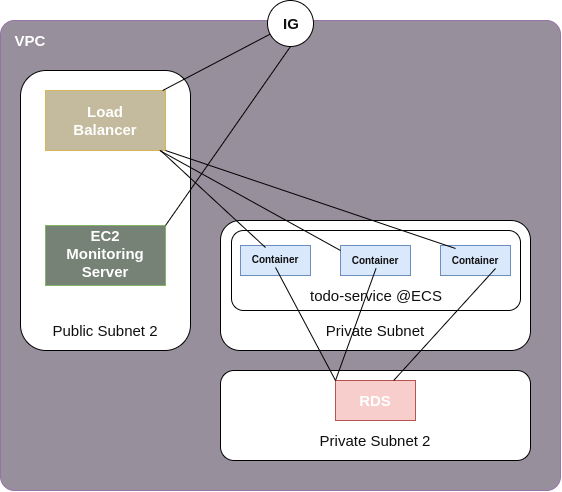
Above: readme-pics/solarch.png in alichamouda/todo-app (draw.io), before the change. Source tidied: cells renumbered, new cells last; positions are measured from the earlier drawing's top-left corner, leaving out a move shared by most shapes.
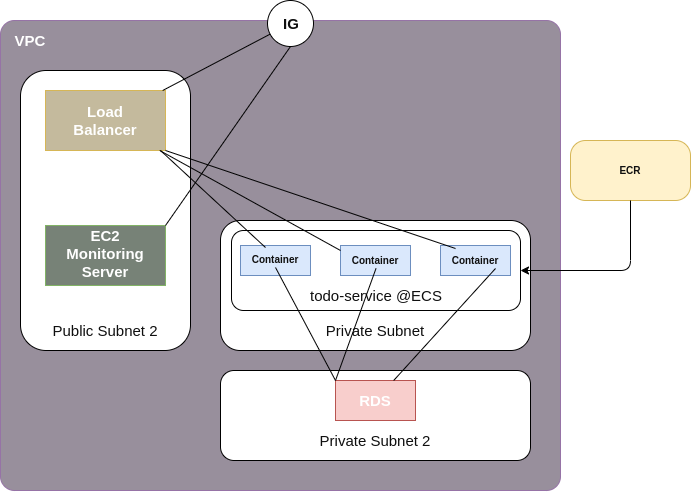
After the commit.

Change to the diagram source:
```diff
@@ -102,5 +102,18 @@
     <mxCell id="33" style="endArrow=none;html=1;fontSize=15;fontColor=#0F0F0F;entryX=0.5;entryY=1;entryDx=0;entryDy=0;exitX=0;exitY=0;exitDx=0;exitDy=0;" parent="1" edge="1" source="7" target="22">
       <mxGeometry relative="1" as="geometry" />
     </mxCell>
+    <mxCell id="34" style="rounded=1;whiteSpace=wrap;html=1;fillColor=#fff2cc;fontSize=15;arcSize=25;strokeColor=#d6b656;" parent="1" vertex="1">
+      <mxGeometry x="570" y="140" width="120" height="60" as="geometry" />
+    </mxCell>
+    <mxCell id="35" value="&lt;font style=&quot;font-size: 10px&quot;&gt;ECR&lt;/font&gt;" style="text;html=1;align=center;verticalAlign=middle;whiteSpace=wrap;rounded=0;fontStyle=1;fontSize=15;fontColor=#0F0F0F;" parent="1" vertex="1">
+      <mxGeometry x="610" y="158" width="40" height="20" as="geometry" />
+    </mxCell>
+    <mxCell id="36" style="endArrow=classic;html=1;fontSize=15;fontColor=#0F0F0F;exitX=0.5;exitY=1;exitDx=0;exitDy=0;entryX=1;entryY=0.5;entryDx=0;entryDy=0;" parent="1" edge="1" source="34" target="20">
+      <mxGeometry relative="1" as="geometry">
+        <Array as="points">
+          <mxPoint x="630" y="270" />
+        </Array>
+      </mxGeometry>
+    </mxCell>
   </root>
 </mxGraphModel>
```
